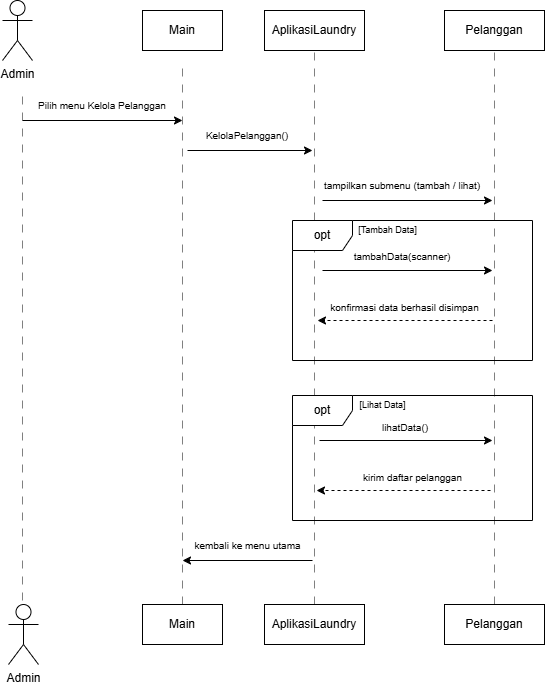
linggarsy/laundry-console keeps this draw.io diagram as sequence-kelola-pelanggan.png. Above is the earlier version. Source tidied: cells renumbered, new cells last; positions are measured from the earlier drawing's top-left corner, leaving out a move shared by most shapes.
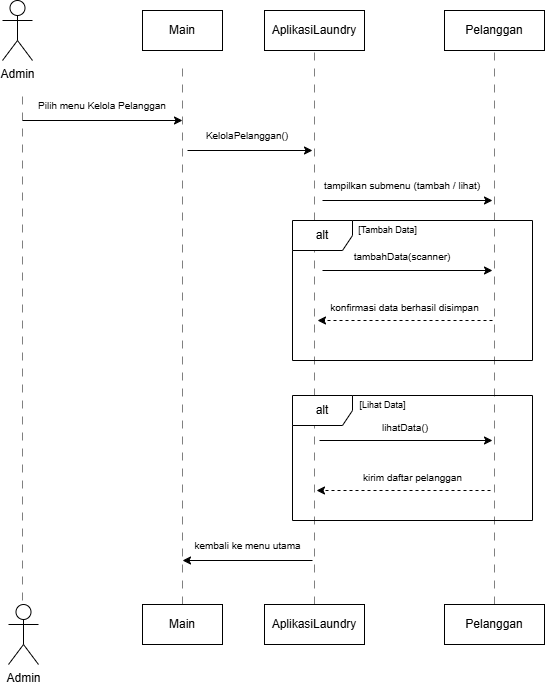
The same file after the commit.

Commit message:
update gambar sequence-kelola-pelanggan

Diff of the diagram source:
```diff
@@ -66,13 +66,13 @@
     <mxCell id="17" value="[Lihat Data]" style="text;html=1;align=center;verticalAlign=middle;strokeColor=none;fillColor=none;fontSize=9;" parent="16" vertex="1">
       <mxGeometry x="55" width="70" height="20" as="geometry" />
     </mxCell>
-    <mxCell id="18" value="opt" style="shape=umlFrame;whiteSpace=wrap;html=1;" parent="16" vertex="1">
+    <mxCell id="18" value="alt" style="shape=umlFrame;whiteSpace=wrap;html=1;" parent="16" vertex="1">
       <mxGeometry width="240" height="125" as="geometry" />
     </mxCell>
     <mxCell id="19" style="group;" parent="1" vertex="1">
       <mxGeometry x="290" y="220" width="240" height="140" as="geometry" />
     </mxCell>
-    <mxCell id="20" value="opt" style="shape=umlFrame;whiteSpace=wrap;html=1;" parent="19" vertex="1">
+    <mxCell id="20" value="alt" style="shape=umlFrame;whiteSpace=wrap;html=1;" parent="19" vertex="1">
       <mxGeometry width="240" height="140" as="geometry" />
     </mxCell>
     <mxCell id="21" value="[Tambah Data]" style="text;html=1;align=center;verticalAlign=middle;strokeColor=none;fillColor=none;fontSize=9;" parent="19" vertex="1">
```
